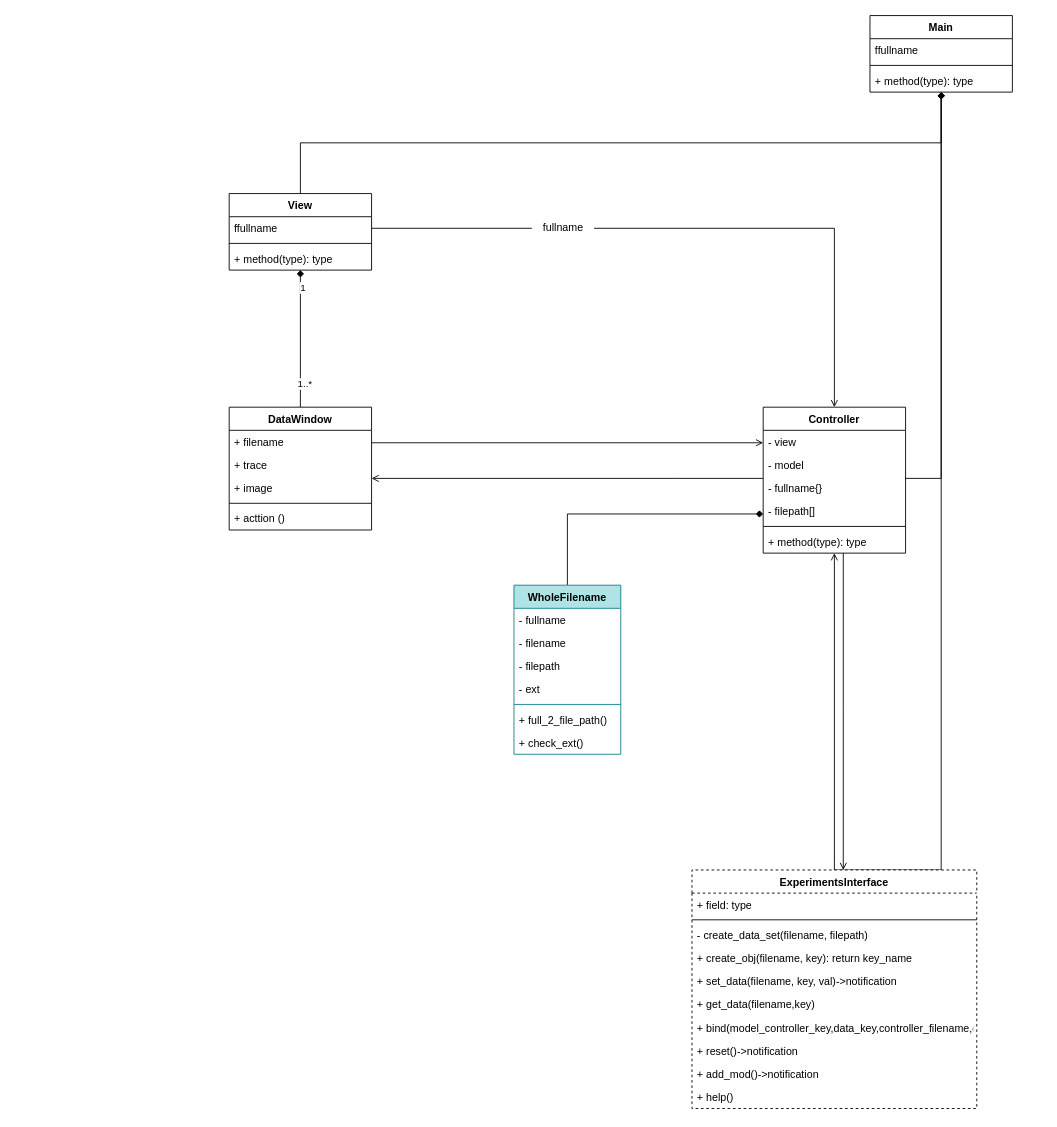
The draw.io diagram page "view_controller" (2 of 3) of UML_SCANDATA.drawio in lunelukkio/SCANDATA, before the edit. Source tidied: cells renumbered, new cells numbered last; positions are measured from the earlier drawing's top-left corner, leaving out a move shared by most shapes. Both pictures are drawn from the tidied source at 89%, with x=0, y=0 at pixel (229, 15).
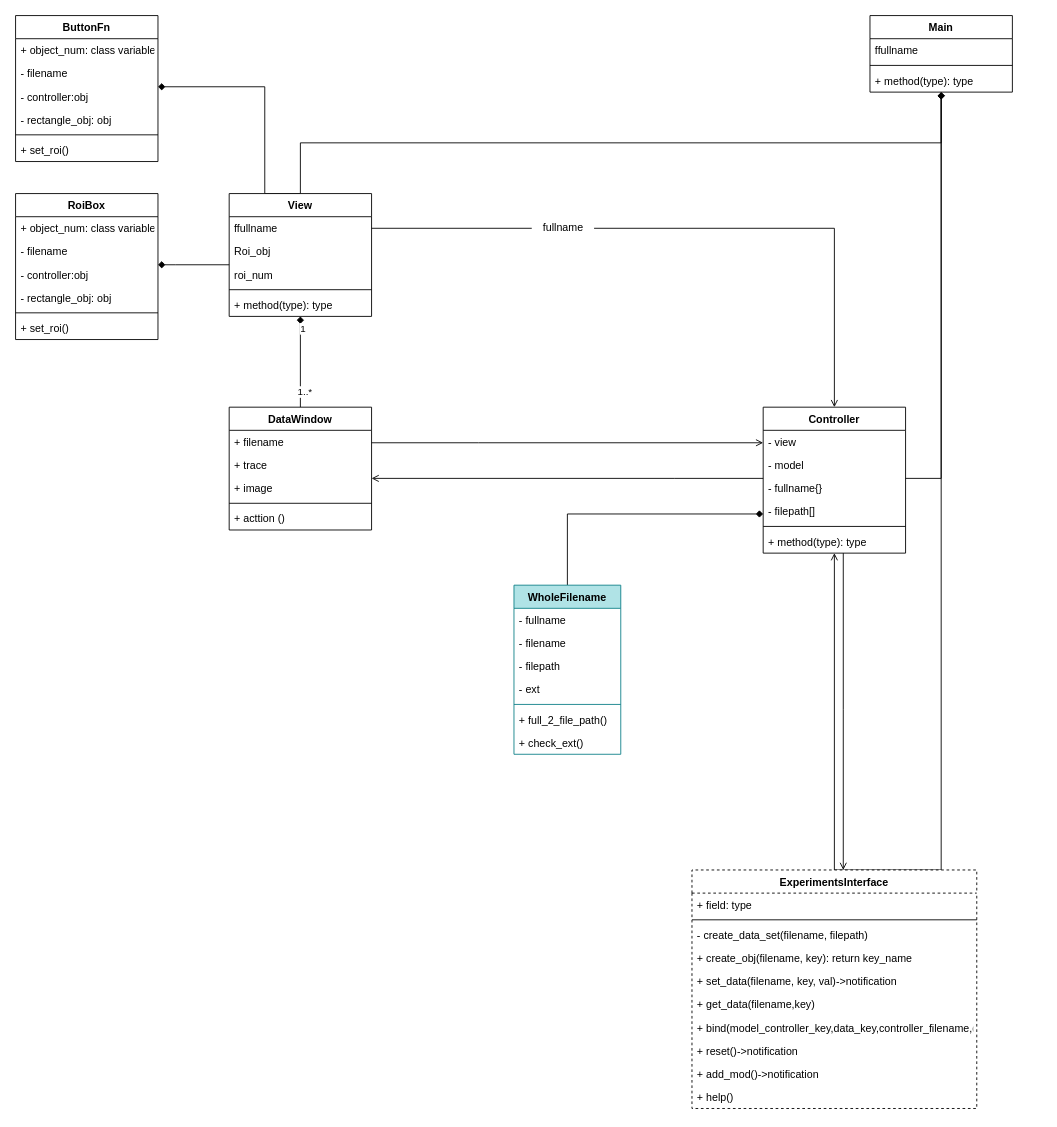
The same page after the edit.

Unchanged cells that the change refers to:
```xml
<mxCell id="11" value="Controller" style="swimlane;fontStyle=1;align=center;verticalAlign=top;horizontal=1;startSize=26;" parent="1" vertex="1">
  <mxGeometry x="600" y="440" width="160" height="164" as="geometry" />
</mxCell>
<mxCell id="41" value="fullname" style="text;html=1;align=center;verticalAlign=middle;points=[];strokeColor=none;fillColor=none;" parent="1" vertex="1">
  <mxGeometry x="340" y="224" width="70" height="30" as="geometry" />
</mxCell>
```

What changed in the source:
```diff
@@
     <mxCell id="2" style="edgeStyle=orthogonalEdgeStyle;rounded=0;jettySize=auto;html=1;endArrow=open;endFill=0;startArrow=none;" parent="1" edge="1" source="41" target="11">
-      <mxGeometry relative="1" as="geometry" />
+      <mxGeometry relative="1" as="geometry">
+        <Array as="points">
+          <mxPoint x="680" y="239" />
+        </Array>
+      </mxGeometry>
     </mxCell>
@@
+    <mxCell id="56" style="edgeStyle=orthogonalEdgeStyle;rounded=0;jettySize=auto;html=1;endArrow=diamond;endFill=1;" parent="1" edge="1" source="4" target="60">
+      <mxGeometry relative="1" as="geometry">
+        <Array as="points">
+          <mxPoint x="-60" y="280" />
+          <mxPoint x="-60" y="280" />
+        </Array>
+      </mxGeometry>
+    </mxCell>
+    <mxCell id="57" style="edgeStyle=orthogonalEdgeStyle;rounded=0;jettySize=auto;html=1;exitX=0.5;exitY=0;exitDx=0;exitDy=0;endArrow=diamond;endFill=1;" parent="1" edge="1" source="4" target="67">
+      <mxGeometry relative="1" as="geometry">
+        <Array as="points">
+          <mxPoint x="40" y="200" />
+          <mxPoint x="40" y="80" />
+        </Array>
+      </mxGeometry>
+    </mxCell>
     <mxCell id="4" value="View" style="swimlane;fontStyle=1;align=center;verticalAlign=top;horizontal=1;startSize=26;" parent="1" vertex="1">
-      <mxGeometry y="200" width="160" height="86" as="geometry" />
+      <mxGeometry y="200" width="160" height="138" as="geometry" />
     </mxCell>
@@
+    <mxCell id="58" value="Roi_obj" style="text;strokeColor=none;fillColor=none;align=left;verticalAlign=top;spacingLeft=4;spacingRight=4;overflow=hidden;" parent="4" vertex="1">
+      <mxGeometry y="52" width="160" height="26" as="geometry" />
+    </mxCell>
+    <mxCell id="59" value="roi_num" style="text;strokeColor=none;fillColor=none;align=left;verticalAlign=top;spacingLeft=4;spacingRight=4;overflow=hidden;" parent="4" vertex="1">
+      <mxGeometry y="78" width="160" height="26" as="geometry" />
+    </mxCell>
     <mxCell id="6" style="line;strokeWidth=1;fillColor=none;align=left;verticalAlign=middle;spacingTop=-1;spacingLeft=3;spacingRight=3;labelPosition=right;strokeColor=inherit;" parent="4" vertex="1">
-      <mxGeometry y="52" width="160" height="8" as="geometry" />
+      <mxGeometry y="104" width="160" height="8" as="geometry" />
     </mxCell>
     <mxCell id="7" value="+ method(type): type" style="text;strokeColor=none;fillColor=none;align=left;verticalAlign=top;spacingLeft=4;spacingRight=4;overflow=hidden;" parent="4" vertex="1">
-      <mxGeometry y="60" width="160" height="26" as="geometry" />
+      <mxGeometry y="112" width="160" height="26" as="geometry" />
     </mxCell>
@@
+    <mxCell id="60" value="RoiBox" style="swimlane;fontStyle=1;align=center;verticalAlign=top;horizontal=1;startSize=26;" parent="1" vertex="1">
+      <mxGeometry x="-240" y="200" width="160" height="164" as="geometry" />
+    </mxCell>
+    <mxCell id="61" value="+ object_num: class variable" style="text;strokeColor=none;fillColor=none;align=left;verticalAlign=top;spacingLeft=4;spacingRight=4;overflow=hidden;" parent="60" vertex="1">
+      <mxGeometry y="26" width="160" height="26" as="geometry" />
+    </mxCell>
+    <mxCell id="62" value="- filename" style="text;strokeColor=none;fillColor=none;align=left;verticalAlign=top;spacingLeft=4;spacingRight=4;overflow=hidden;" parent="60" vertex="1">
+      <mxGeometry y="52" width="160" height="26" as="geometry" />
+    </mxCell>
+    <mxCell id="63" value="- controller:obj" style="text;strokeColor=none;fillColor=none;align=left;verticalAlign=top;spacingLeft=4;spacingRight=4;overflow=hidden;" parent="60" vertex="1">
+      <mxGeometry y="78" width="160" height="26" as="geometry" />
+    </mxCell>
+    <mxCell id="64" value="- rectangle_obj: obj" style="text;strokeColor=none;fillColor=none;align=left;verticalAlign=top;spacingLeft=4;spacingRight=4;overflow=hidden;" parent="60" vertex="1">
+      <mxGeometry y="104" width="160" height="26" as="geometry" />
+    </mxCell>
+    <mxCell id="65" style="line;strokeWidth=1;fillColor=none;align=left;verticalAlign=middle;spacingTop=-1;spacingLeft=3;spacingRight=3;labelPosition=right;strokeColor=inherit;" parent="60" vertex="1">
+      <mxGeometry y="130" width="160" height="8" as="geometry" />
+    </mxCell>
+    <mxCell id="66" value="+ set_roi()" style="text;strokeColor=none;fillColor=none;align=left;verticalAlign=top;spacingLeft=4;spacingRight=4;overflow=hidden;" parent="60" vertex="1">
+      <mxGeometry y="138" width="160" height="26" as="geometry" />
+    </mxCell>
+    <mxCell id="67" value="ButtonFn" style="swimlane;fontStyle=1;align=center;verticalAlign=top;horizontal=1;startSize=26;" parent="1" vertex="1">
+      <mxGeometry x="-240" width="160" height="164" as="geometry" />
+    </mxCell>
+    <mxCell id="68" value="+ object_num: class variable" style="text;strokeColor=none;fillColor=none;align=left;verticalAlign=top;spacingLeft=4;spacingRight=4;overflow=hidden;" parent="67" vertex="1">
+      <mxGeometry y="26" width="160" height="26" as="geometry" />
+    </mxCell>
+    <mxCell id="69" value="- filename" style="text;strokeColor=none;fillColor=none;align=left;verticalAlign=top;spacingLeft=4;spacingRight=4;overflow=hidden;" parent="67" vertex="1">
+      <mxGeometry y="52" width="160" height="26" as="geometry" />
+    </mxCell>
+    <mxCell id="70" value="- controller:obj" style="text;strokeColor=none;fillColor=none;align=left;verticalAlign=top;spacingLeft=4;spacingRight=4;overflow=hidden;" parent="67" vertex="1">
+      <mxGeometry y="78" width="160" height="26" as="geometry" />
+    </mxCell>
+    <mxCell id="71" value="- rectangle_obj: obj" style="text;strokeColor=none;fillColor=none;align=left;verticalAlign=top;spacingLeft=4;spacingRight=4;overflow=hidden;" parent="67" vertex="1">
+      <mxGeometry y="104" width="160" height="26" as="geometry" />
+    </mxCell>
+    <mxCell id="72" style="line;strokeWidth=1;fillColor=none;align=left;verticalAlign=middle;spacingTop=-1;spacingLeft=3;spacingRight=3;labelPosition=right;strokeColor=inherit;" parent="67" vertex="1">
+      <mxGeometry y="130" width="160" height="8" as="geometry" />
+    </mxCell>
+    <mxCell id="73" value="+ set_roi()" style="text;strokeColor=none;fillColor=none;align=left;verticalAlign=top;spacingLeft=4;spacingRight=4;overflow=hidden;" parent="67" vertex="1">
+      <mxGeometry y="138" width="160" height="26" as="geometry" />
+    </mxCell>
```
